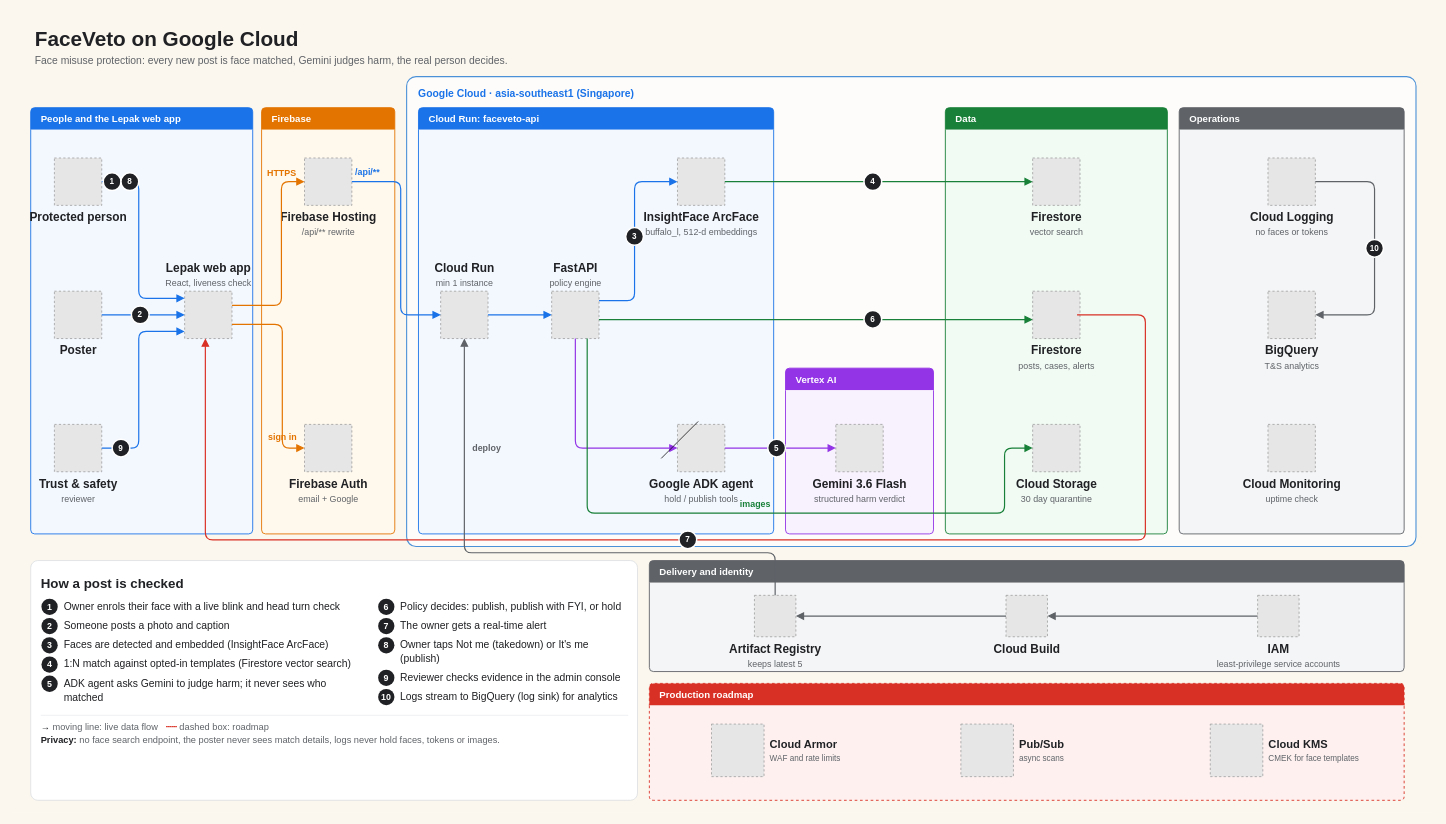
This is docs/architecture.drawio from jianlin070/FaceVeto, a draw.io file, before an edit. Source tidied: cells renumbered, new cells numbered last; positions are measured from the earlier drawing's top-left corner, leaving out a move shared by most shapes. Both pictures are drawn from the tidied source at 74%, with x=0, y=0 at pixel (13, 13). Pictures stored in the file or linked from it are replaced by grey dashed boxes.
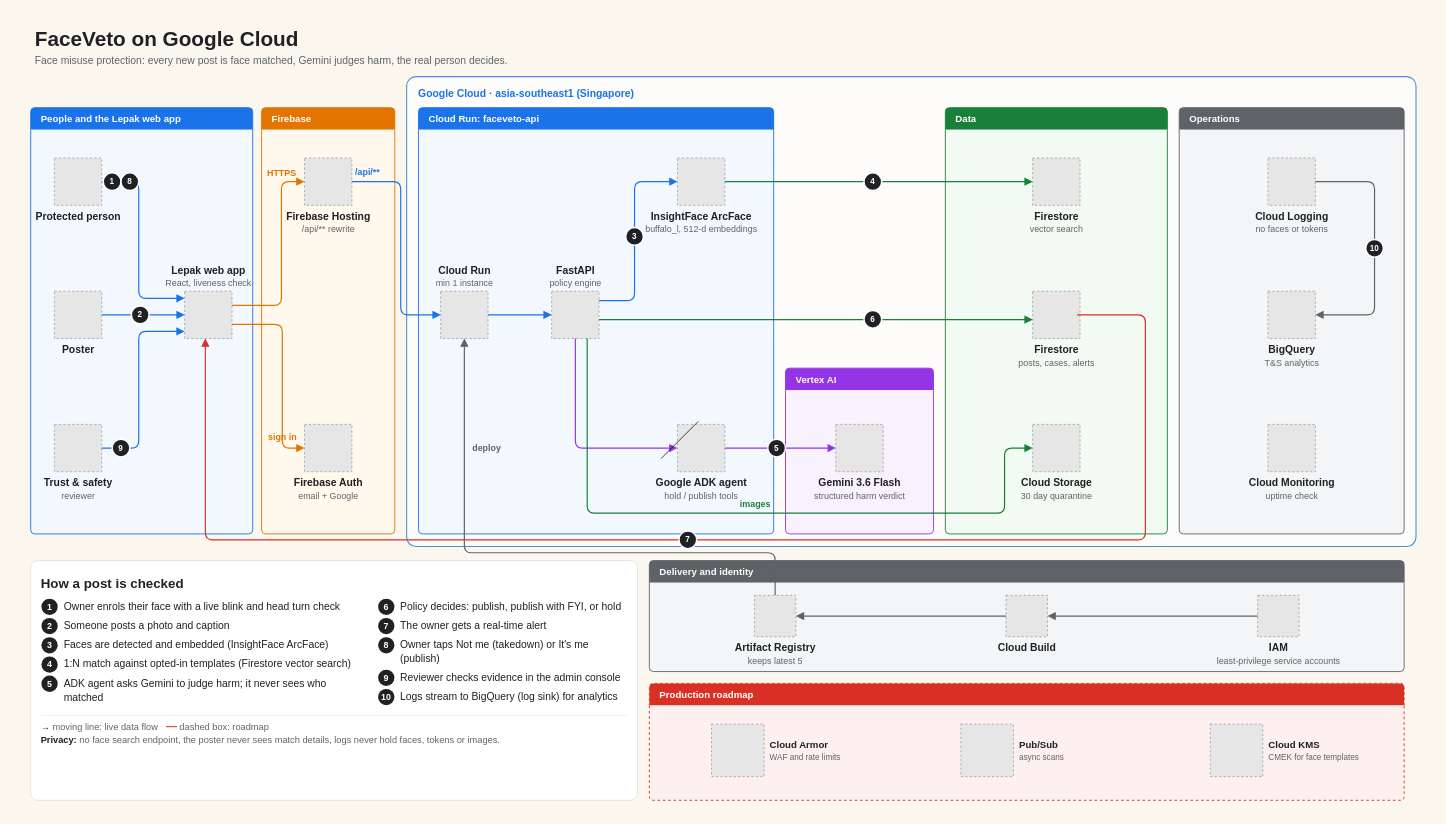
Above is the later version.

Commit message (it also covers changes not shown here):
Architecture diagram: service names 2 pt smaller

The change refers to these unchanged cells:
```xml
<mxCell id="29" value="Delivery and identity" style="swimlane;rounded=1;arcSize=6;startSize=30;html=1;swimlaneLine=0;fillColor=#5f6368;swimlaneFillColor=#f4f5f6;strokeColor=#5f6368;strokeWidth=1.2;dashed=0;align=left;spacingLeft=12;fontStyle=1;fontSize=13;fontColor=#ffffff;fontFamily=Helvetica;" parent="1" vertex="1">
  <mxGeometry x="860" y="740" width="1020" height="150" as="geometry" />
</mxCell>
<mxCell id="35" value="Production roadmap" style="swimlane;rounded=1;arcSize=6;startSize=30;html=1;swimlaneLine=0;fillColor=#d93025;swimlaneFillColor=#fdf0ef;strokeColor=#d93025;strokeWidth=1.2;dashed=1;align=left;spacingLeft=12;fontStyle=1;fontSize=13;fontColor=#ffffff;fontFamily=Helvetica;" parent="1" vertex="1">
  <mxGeometry x="860" y="906" width="1020" height="158" as="geometry" />
</mxCell>
```

What changed in the source:
```diff
@@
-    <mxCell id="6" value="&lt;b&gt;Protected person&lt;/b&gt;" style="fillColor=#E6E6E6;strokeColor=#999999;dashed=1;html=1;verticalLabelPosition=bottom;verticalAlign=top;labelBackgroundColor=none;fontSize=16;fontColor=#202124;fontFamily=Helvetica;" parent="1" vertex="1">
+    <mxCell id="6" value="&lt;b&gt;Protected person&lt;/b&gt;" style="fillColor=#E6E6E6;strokeColor=#999999;dashed=1;html=1;verticalLabelPosition=bottom;verticalAlign=top;labelBackgroundColor=none;fontSize=14;fontColor=#202124;fontFamily=Helvetica;" parent="1" vertex="1">
       <mxGeometry x="56" y="196" width="64" height="64" as="geometry" />
     </mxCell>
-    <mxCell id="7" value="&lt;b&gt;Poster&lt;/b&gt;" style="fillColor=#E6E6E6;strokeColor=#999999;dashed=1;html=1;verticalLabelPosition=bottom;verticalAlign=top;labelBackgroundColor=none;fontSize=16;fontColor=#202124;fontFamily=Helvetica;" parent="1" vertex="1">
+    <mxCell id="7" value="&lt;b&gt;Poster&lt;/b&gt;" style="fillColor=#E6E6E6;strokeColor=#999999;dashed=1;html=1;verticalLabelPosition=bottom;verticalAlign=top;labelBackgroundColor=none;fontSize=14;fontColor=#202124;fontFamily=Helvetica;" parent="1" vertex="1">
       <mxGeometry x="56" y="376" width="64" height="64" as="geometry" />
     </mxCell>
-    <mxCell id="8" value="&lt;b&gt;Trust &amp;amp; safety&lt;/b&gt;&lt;br&gt;&lt;span style=&quot;color:#5f6368;font-size:12px&quot;&gt;reviewer&lt;/span&gt;" style="fillColor=#E6E6E6;strokeColor=#999999;dashed=1;html=1;verticalLabelPosition=bottom;verticalAlign=top;labelBackgroundColor=none;fontSize=16;fontColor=#202124;fontFamily=Helvetica;" parent="1" vertex="1">
+    <mxCell id="8" value="&lt;b&gt;Trust &amp;amp; safety&lt;/b&gt;&lt;br&gt;&lt;span style=&quot;color:#5f6368;font-size:12px&quot;&gt;reviewer&lt;/span&gt;" style="fillColor=#E6E6E6;strokeColor=#999999;dashed=1;html=1;verticalLabelPosition=bottom;verticalAlign=top;labelBackgroundColor=none;fontSize=14;fontColor=#202124;fontFamily=Helvetica;" parent="1" vertex="1">
       <mxGeometry x="56" y="556" width="64" height="64" as="geometry" />
     </mxCell>
-    <mxCell id="9" value="&lt;b&gt;Lepak web app&lt;/b&gt;&lt;br&gt;&lt;span style=&quot;color:#5f6368;font-size:12px&quot;&gt;React, liveness check&lt;/span&gt;" style="fillColor=#E6E6E6;strokeColor=#999999;dashed=1;html=1;verticalLabelPosition=top;verticalAlign=bottom;labelBackgroundColor=none;fontSize=16;fontColor=#202124;fontFamily=Helvetica;" parent="1" vertex="1">
+    <mxCell id="9" value="&lt;b&gt;Lepak web app&lt;/b&gt;&lt;br&gt;&lt;span style=&quot;color:#5f6368;font-size:12px&quot;&gt;React, liveness check&lt;/span&gt;" style="fillColor=#E6E6E6;strokeColor=#999999;dashed=1;html=1;verticalLabelPosition=top;verticalAlign=bottom;labelBackgroundColor=none;fontSize=14;fontColor=#202124;fontFamily=Helvetica;" parent="1" vertex="1">
       <mxGeometry x="232" y="376" width="64" height="64" as="geometry" />
     </mxCell>
@@
-    <mxCell id="11" value="&lt;b&gt;Firebase Hosting&lt;/b&gt;&lt;br&gt;&lt;span style=&quot;color:#5f6368;font-size:12px&quot;&gt;/api/** rewrite&lt;/span&gt;" style="fillColor=#E6E6E6;strokeColor=#999999;dashed=1;html=1;verticalLabelPosition=bottom;verticalAlign=top;labelBackgroundColor=none;fontSize=16;fontColor=#202124;fontFamily=Helvetica;" parent="1" vertex="1">
+    <mxCell id="11" value="&lt;b&gt;Firebase Hosting&lt;/b&gt;&lt;br&gt;&lt;span style=&quot;color:#5f6368;font-size:12px&quot;&gt;/api/** rewrite&lt;/span&gt;" style="fillColor=#E6E6E6;strokeColor=#999999;dashed=1;html=1;verticalLabelPosition=bottom;verticalAlign=top;labelBackgroundColor=none;fontSize=14;fontColor=#202124;fontFamily=Helvetica;" parent="1" vertex="1">
       <mxGeometry x="394" y="196" width="64" height="64" as="geometry" />
     </mxCell>
-    <mxCell id="12" value="&lt;b&gt;Firebase Auth&lt;/b&gt;&lt;br&gt;&lt;span style=&quot;color:#5f6368;font-size:12px&quot;&gt;email + Google&lt;/span&gt;" style="fillColor=#E6E6E6;strokeColor=#999999;dashed=1;html=1;verticalLabelPosition=bottom;verticalAlign=top;labelBackgroundColor=none;fontSize=16;fontColor=#202124;fontFamily=Helvetica;" parent="1" vertex="1">
+    <mxCell id="12" value="&lt;b&gt;Firebase Auth&lt;/b&gt;&lt;br&gt;&lt;span style=&quot;color:#5f6368;font-size:12px&quot;&gt;email + Google&lt;/span&gt;" style="fillColor=#E6E6E6;strokeColor=#999999;dashed=1;html=1;verticalLabelPosition=bottom;verticalAlign=top;labelBackgroundColor=none;fontSize=14;fontColor=#202124;fontFamily=Helvetica;" parent="1" vertex="1">
       <mxGeometry x="394" y="556" width="64" height="64" as="geometry" />
     </mxCell>
@@
-    <mxCell id="15" value="&lt;b&gt;Cloud Run&lt;/b&gt;&lt;br&gt;&lt;span style=&quot;color:#5f6368;font-size:12px&quot;&gt;min 1 instance&lt;/span&gt;" style="fillColor=#E6E6E6;strokeColor=#999999;dashed=1;html=1;verticalLabelPosition=top;verticalAlign=bottom;labelBackgroundColor=none;fontSize=16;fontColor=#202124;fontFamily=Helvetica;" parent="1" vertex="1">
+    <mxCell id="15" value="&lt;b&gt;Cloud Run&lt;/b&gt;&lt;br&gt;&lt;span style=&quot;color:#5f6368;font-size:12px&quot;&gt;min 1 instance&lt;/span&gt;" style="fillColor=#E6E6E6;strokeColor=#999999;dashed=1;html=1;verticalLabelPosition=top;verticalAlign=bottom;labelBackgroundColor=none;fontSize=14;fontColor=#202124;fontFamily=Helvetica;" parent="1" vertex="1">
       <mxGeometry x="578" y="376" width="64" height="64" as="geometry" />
     </mxCell>
-    <mxCell id="16" value="&lt;b&gt;FastAPI&lt;/b&gt;&lt;br&gt;&lt;span style=&quot;color:#5f6368;font-size:12px&quot;&gt;policy engine&lt;/span&gt;" style="fillColor=#E6E6E6;strokeColor=#999999;dashed=1;html=1;verticalLabelPosition=top;verticalAlign=bottom;labelBackgroundColor=none;fontSize=16;fontColor=#202124;fontFamily=Helvetica;" parent="1" vertex="1">
+    <mxCell id="16" value="&lt;b&gt;FastAPI&lt;/b&gt;&lt;br&gt;&lt;span style=&quot;color:#5f6368;font-size:12px&quot;&gt;policy engine&lt;/span&gt;" style="fillColor=#E6E6E6;strokeColor=#999999;dashed=1;html=1;verticalLabelPosition=top;verticalAlign=bottom;labelBackgroundColor=none;fontSize=14;fontColor=#202124;fontFamily=Helvetica;" parent="1" vertex="1">
       <mxGeometry x="728" y="376" width="64" height="64" as="geometry" />
     </mxCell>
-    <mxCell id="17" value="&lt;b&gt;InsightFace ArcFace&lt;/b&gt;&lt;br&gt;&lt;span style=&quot;color:#5f6368;font-size:12px&quot;&gt;buffalo_l, 512-d embeddings&lt;/span&gt;" style="fillColor=#E6E6E6;strokeColor=#999999;dashed=1;html=1;verticalLabelPosition=bottom;verticalAlign=top;labelBackgroundColor=none;fontSize=16;fontColor=#202124;fontFamily=Helvetica;" parent="1" vertex="1">
+    <mxCell id="17" value="&lt;b&gt;InsightFace ArcFace&lt;/b&gt;&lt;br&gt;&lt;span style=&quot;color:#5f6368;font-size:12px&quot;&gt;buffalo_l, 512-d embeddings&lt;/span&gt;" style="fillColor=#E6E6E6;strokeColor=#999999;dashed=1;html=1;verticalLabelPosition=bottom;verticalAlign=top;labelBackgroundColor=none;fontSize=14;fontColor=#202124;fontFamily=Helvetica;" parent="1" vertex="1">
       <mxGeometry x="898" y="196" width="64" height="64" as="geometry" />
     </mxCell>
-    <mxCell id="18" value="&lt;b&gt;Google ADK agent&lt;/b&gt;&lt;br&gt;&lt;span style=&quot;color:#5f6368;font-size:12px&quot;&gt;hold / publish tools&lt;/span&gt;" style="fillColor=#E6E6E6;strokeColor=#999999;dashed=1;html=1;verticalLabelPosition=bottom;verticalAlign=top;labelBackgroundColor=none;fontSize=16;fontColor=#202124;fontFamily=Helvetica;" parent="1" vertex="1">
+    <mxCell id="18" value="&lt;b&gt;Google ADK agent&lt;/b&gt;&lt;br&gt;&lt;span style=&quot;color:#5f6368;font-size:12px&quot;&gt;hold / publish tools&lt;/span&gt;" style="fillColor=#E6E6E6;strokeColor=#999999;dashed=1;html=1;verticalLabelPosition=bottom;verticalAlign=top;labelBackgroundColor=none;fontSize=14;fontColor=#202124;fontFamily=Helvetica;" parent="1" vertex="1">
       <mxGeometry x="898" y="556" width="64" height="64" as="geometry" />
     </mxCell>
@@
-    <mxCell id="20" value="&lt;b&gt;Gemini 3.6 Flash&lt;/b&gt;&lt;br&gt;&lt;span style=&quot;color:#5f6368;font-size:12px&quot;&gt;structured harm verdict&lt;/span&gt;" style="fillColor=#E6E6E6;strokeColor=#999999;dashed=1;html=1;verticalLabelPosition=bottom;verticalAlign=top;labelBackgroundColor=none;fontSize=16;fontColor=#202124;fontFamily=Helvetica;" parent="1" vertex="1">
+    <mxCell id="20" value="&lt;b&gt;Gemini 3.6 Flash&lt;/b&gt;&lt;br&gt;&lt;span style=&quot;color:#5f6368;font-size:12px&quot;&gt;structured harm verdict&lt;/span&gt;" style="fillColor=#E6E6E6;strokeColor=#999999;dashed=1;html=1;verticalLabelPosition=bottom;verticalAlign=top;labelBackgroundColor=none;fontSize=14;fontColor=#202124;fontFamily=Helvetica;" parent="1" vertex="1">
       <mxGeometry x="1112" y="556" width="64" height="64" as="geometry" />
     </mxCell>
@@
-    <mxCell id="22" value="&lt;b&gt;Firestore&lt;/b&gt;&lt;br&gt;&lt;span style=&quot;color:#5f6368;font-size:12px&quot;&gt;vector search&lt;/span&gt;" style="fillColor=#E6E6E6;strokeColor=#999999;dashed=1;html=1;verticalLabelPosition=bottom;verticalAlign=top;labelBackgroundColor=none;fontSize=16;fontColor=#202124;fontFamily=Helvetica;" parent="1" vertex="1">
+    <mxCell id="22" value="&lt;b&gt;Firestore&lt;/b&gt;&lt;br&gt;&lt;span style=&quot;color:#5f6368;font-size:12px&quot;&gt;vector search&lt;/span&gt;" style="fillColor=#E6E6E6;strokeColor=#999999;dashed=1;html=1;verticalLabelPosition=bottom;verticalAlign=top;labelBackgroundColor=none;fontSize=14;fontColor=#202124;fontFamily=Helvetica;" parent="1" vertex="1">
       <mxGeometry x="1378" y="196" width="64" height="64" as="geometry" />
     </mxCell>
-    <mxCell id="23" value="&lt;b&gt;Firestore&lt;/b&gt;&lt;br&gt;&lt;span style=&quot;color:#5f6368;font-size:12px&quot;&gt;posts, cases, alerts&lt;/span&gt;" style="fillColor=#E6E6E6;strokeColor=#999999;dashed=1;html=1;verticalLabelPosition=bottom;verticalAlign=top;labelBackgroundColor=none;fontSize=16;fontColor=#202124;fontFamily=Helvetica;" parent="1" vertex="1">
+    <mxCell id="23" value="&lt;b&gt;Firestore&lt;/b&gt;&lt;br&gt;&lt;span style=&quot;color:#5f6368;font-size:12px&quot;&gt;posts, cases, alerts&lt;/span&gt;" style="fillColor=#E6E6E6;strokeColor=#999999;dashed=1;html=1;verticalLabelPosition=bottom;verticalAlign=top;labelBackgroundColor=none;fontSize=14;fontColor=#202124;fontFamily=Helvetica;" parent="1" vertex="1">
       <mxGeometry x="1378" y="376" width="64" height="64" as="geometry" />
     </mxCell>
-    <mxCell id="24" value="&lt;b&gt;Cloud Storage&lt;/b&gt;&lt;br&gt;&lt;span style=&quot;color:#5f6368;font-size:12px&quot;&gt;30 day quarantine&lt;/span&gt;" style="fillColor=#E6E6E6;strokeColor=#999999;dashed=1;html=1;verticalLabelPosition=bottom;verticalAlign=top;labelBackgroundColor=none;fontSize=16;fontColor=#202124;fontFamily=Helvetica;" parent="1" vertex="1">
+    <mxCell id="24" value="&lt;b&gt;Cloud Storage&lt;/b&gt;&lt;br&gt;&lt;span style=&quot;color:#5f6368;font-size:12px&quot;&gt;30 day quarantine&lt;/span&gt;" style="fillColor=#E6E6E6;strokeColor=#999999;dashed=1;html=1;verticalLabelPosition=bottom;verticalAlign=top;labelBackgroundColor=none;fontSize=14;fontColor=#202124;fontFamily=Helvetica;" parent="1" vertex="1">
       <mxGeometry x="1378" y="556" width="64" height="64" as="geometry" />
     </mxCell>
@@
-    <mxCell id="26" value="&lt;b&gt;Cloud Logging&lt;/b&gt;&lt;br&gt;&lt;span style=&quot;color:#5f6368;font-size:12px&quot;&gt;no faces or tokens&lt;/span&gt;" style="fillColor=#E6E6E6;strokeColor=#999999;dashed=1;html=1;verticalLabelPosition=bottom;verticalAlign=top;labelBackgroundColor=none;fontSize=16;fontColor=#202124;fontFamily=Helvetica;" parent="1" vertex="1">
+    <mxCell id="26" value="&lt;b&gt;Cloud Logging&lt;/b&gt;&lt;br&gt;&lt;span style=&quot;color:#5f6368;font-size:12px&quot;&gt;no faces or tokens&lt;/span&gt;" style="fillColor=#E6E6E6;strokeColor=#999999;dashed=1;html=1;verticalLabelPosition=bottom;verticalAlign=top;labelBackgroundColor=none;fontSize=14;fontColor=#202124;fontFamily=Helvetica;" parent="1" vertex="1">
       <mxGeometry x="1696" y="196" width="64" height="64" as="geometry" />
     </mxCell>
-    <mxCell id="27" value="&lt;b&gt;BigQuery&lt;/b&gt;&lt;br&gt;&lt;span style=&quot;color:#5f6368;font-size:12px&quot;&gt;T&amp;amp;S analytics&lt;/span&gt;" style="fillColor=#E6E6E6;strokeColor=#999999;dashed=1;html=1;verticalLabelPosition=bottom;verticalAlign=top;labelBackgroundColor=none;fontSize=16;fontColor=#202124;fontFamily=Helvetica;" parent="1" vertex="1">
+    <mxCell id="27" value="&lt;b&gt;BigQuery&lt;/b&gt;&lt;br&gt;&lt;span style=&quot;color:#5f6368;font-size:12px&quot;&gt;T&amp;amp;S analytics&lt;/span&gt;" style="fillColor=#E6E6E6;strokeColor=#999999;dashed=1;html=1;verticalLabelPosition=bottom;verticalAlign=top;labelBackgroundColor=none;fontSize=14;fontColor=#202124;fontFamily=Helvetica;" parent="1" vertex="1">
       <mxGeometry x="1696" y="376" width="64" height="64" as="geometry" />
     </mxCell>
-    <mxCell id="28" value="&lt;b&gt;Cloud Monitoring&lt;/b&gt;&lt;br&gt;&lt;span style=&quot;color:#5f6368;font-size:12px&quot;&gt;uptime check&lt;/span&gt;" style="fillColor=#E6E6E6;strokeColor=#999999;dashed=1;html=1;verticalLabelPosition=bottom;verticalAlign=top;labelBackgroundColor=none;fontSize=16;fontColor=#202124;fontFamily=Helvetica;" parent="1" vertex="1">
+    <mxCell id="28" value="&lt;b&gt;Cloud Monitoring&lt;/b&gt;&lt;br&gt;&lt;span style=&quot;color:#5f6368;font-size:12px&quot;&gt;uptime check&lt;/span&gt;" style="fillColor=#E6E6E6;strokeColor=#999999;dashed=1;html=1;verticalLabelPosition=bottom;verticalAlign=top;labelBackgroundColor=none;fontSize=14;fontColor=#202124;fontFamily=Helvetica;" parent="1" vertex="1">
       <mxGeometry x="1696" y="556" width="64" height="64" as="geometry" />
     </mxCell>
@@
-    <mxCell id="30" value="&lt;b&gt;Artifact Registry&lt;/b&gt;&lt;br&gt;&lt;span style=&quot;color:#5f6368;font-size:12px&quot;&gt;keeps latest 5&lt;/span&gt;" style="fillColor=#E6E6E6;strokeColor=#999999;dashed=1;html=1;verticalLabelPosition=bottom;verticalAlign=top;labelBackgroundColor=none;fontSize=16;fontColor=#202124;fontFamily=Helvetica;" parent="29" vertex="1">
+    <mxCell id="30" value="&lt;b&gt;Artifact Registry&lt;/b&gt;&lt;br&gt;&lt;span style=&quot;color:#5f6368;font-size:12px&quot;&gt;keeps latest 5&lt;/span&gt;" style="fillColor=#E6E6E6;strokeColor=#999999;dashed=1;html=1;verticalLabelPosition=bottom;verticalAlign=top;labelBackgroundColor=none;fontSize=14;fontColor=#202124;fontFamily=Helvetica;" parent="29" vertex="1">
       <mxGeometry x="142" y="47" width="56" height="56" as="geometry" />
     </mxCell>
-    <mxCell id="31" value="&lt;b&gt;Cloud Build&lt;/b&gt;" style="fillColor=#E6E6E6;strokeColor=#999999;dashed=1;html=1;verticalLabelPosition=bottom;verticalAlign=top;labelBackgroundColor=none;fontSize=16;fontColor=#202124;fontFamily=Helvetica;" parent="29" vertex="1">
+    <mxCell id="31" value="&lt;b&gt;Cloud Build&lt;/b&gt;" style="fillColor=#E6E6E6;strokeColor=#999999;dashed=1;html=1;verticalLabelPosition=bottom;verticalAlign=top;labelBackgroundColor=none;fontSize=14;fontColor=#202124;fontFamily=Helvetica;" parent="29" vertex="1">
       <mxGeometry x="482" y="47" width="56" height="56" as="geometry" />
     </mxCell>
@@
-    <mxCell id="33" value="&lt;b&gt;IAM&lt;/b&gt;&lt;br&gt;&lt;span style=&quot;color:#5f6368;font-size:12px&quot;&gt;least-privilege service accounts&lt;/span&gt;" style="fillColor=#E6E6E6;strokeColor=#999999;dashed=1;html=1;verticalLabelPosition=bottom;verticalAlign=top;labelBackgroundColor=none;fontSize=16;fontColor=#202124;fontFamily=Helvetica;" parent="29" vertex="1">
+    <mxCell id="33" value="&lt;b&gt;IAM&lt;/b&gt;&lt;br&gt;&lt;span style=&quot;color:#5f6368;font-size:12px&quot;&gt;least-privilege service accounts&lt;/span&gt;" style="fillColor=#E6E6E6;strokeColor=#999999;dashed=1;html=1;verticalLabelPosition=bottom;verticalAlign=top;labelBackgroundColor=none;fontSize=14;fontColor=#202124;fontFamily=Helvetica;" parent="29" vertex="1">
       <mxGeometry x="822" y="47" width="56" height="56" as="geometry" />
     </mxCell>
@@
-    <mxCell id="36" value="&lt;b&gt;Cloud Armor&lt;/b&gt;&lt;br&gt;&lt;span style=&quot;color:#5f6368;font-size:11px&quot;&gt;WAF and rate limits&lt;/span&gt;" style="fillColor=#E6E6E6;strokeColor=#999999;dashed=1;html=1;labelPosition=right;verticalLabelPosition=middle;align=left;verticalAlign=middle;spacingLeft=6;fontSize=15;fontColor=#202124;fontFamily=Helvetica;" parent="35" vertex="1">
+    <mxCell id="36" value="&lt;b&gt;Cloud Armor&lt;/b&gt;&lt;br&gt;&lt;span style=&quot;color:#5f6368;font-size:11px&quot;&gt;WAF and rate limits&lt;/span&gt;" style="fillColor=#E6E6E6;strokeColor=#999999;dashed=1;html=1;labelPosition=right;verticalLabelPosition=middle;align=left;verticalAlign=middle;spacingLeft=6;fontSize=13;fontColor=#202124;fontFamily=Helvetica;" parent="35" vertex="1">
       <mxGeometry x="84" y="55" width="71" height="71" as="geometry" />
     </mxCell>
-    <mxCell id="37" value="&lt;b&gt;Pub/Sub&lt;/b&gt;&lt;br&gt;&lt;span style=&quot;color:#5f6368;font-size:11px&quot;&gt;async scans&lt;/span&gt;" style="fillColor=#E6E6E6;strokeColor=#999999;dashed=1;html=1;labelPosition=right;verticalLabelPosition=middle;align=left;verticalAlign=middle;spacingLeft=6;fontSize=15;fontColor=#202124;fontFamily=Helvetica;" parent="35" vertex="1">
+    <mxCell id="37" value="&lt;b&gt;Pub/Sub&lt;/b&gt;&lt;br&gt;&lt;span style=&quot;color:#5f6368;font-size:11px&quot;&gt;async scans&lt;/span&gt;" style="fillColor=#E6E6E6;strokeColor=#999999;dashed=1;html=1;labelPosition=right;verticalLabelPosition=middle;align=left;verticalAlign=middle;spacingLeft=6;fontSize=13;fontColor=#202124;fontFamily=Helvetica;" parent="35" vertex="1">
       <mxGeometry x="421" y="55" width="71" height="71" as="geometry" />
     </mxCell>
-    <mxCell id="38" value="&lt;b&gt;Cloud KMS&lt;/b&gt;&lt;br&gt;&lt;span style=&quot;color:#5f6368;font-size:11px&quot;&gt;CMEK for face templates&lt;/span&gt;" style="fillColor=#E6E6E6;strokeColor=#999999;dashed=1;html=1;labelPosition=right;verticalLabelPosition=middle;align=left;verticalAlign=middle;spacingLeft=6;fontSize=15;fontColor=#202124;fontFamily=Helvetica;" parent="35" vertex="1">
+    <mxCell id="38" value="&lt;b&gt;Cloud KMS&lt;/b&gt;&lt;br&gt;&lt;span style=&quot;color:#5f6368;font-size:11px&quot;&gt;CMEK for face templates&lt;/span&gt;" style="fillColor=#E6E6E6;strokeColor=#999999;dashed=1;html=1;labelPosition=right;verticalLabelPosition=middle;align=left;verticalAlign=middle;spacingLeft=6;fontSize=13;fontColor=#202124;fontFamily=Helvetica;" parent="35" vertex="1">
       <mxGeometry x="758" y="55" width="71" height="71" as="geometry" />
     </mxCell>
```
